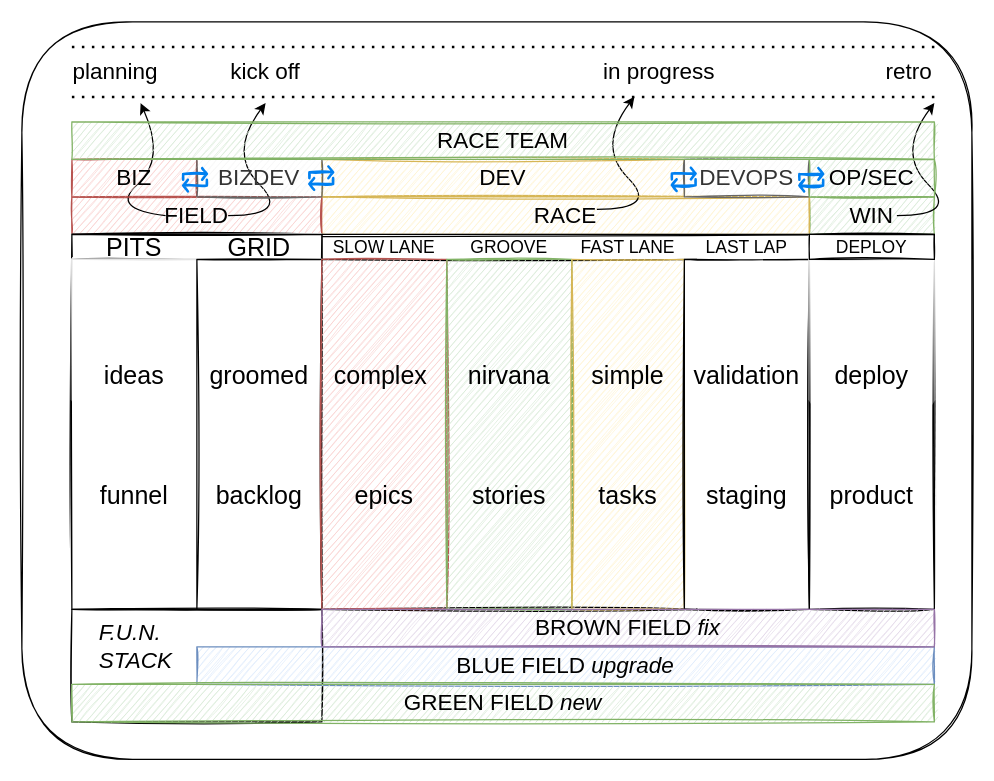
Earlier version of the draw.io diagram page "racetrack" (1 of 6) of images/racexp.drawio (nirv-ai/racexp). Source tidied: cells renumbered, new cells numbered last; positions are measured from the earlier drawing's top-left corner, leaving out a move shared by most shapes. Both pictures are drawn from the tidied source at 125%, with x=0, y=0 at pixel (21, 21).
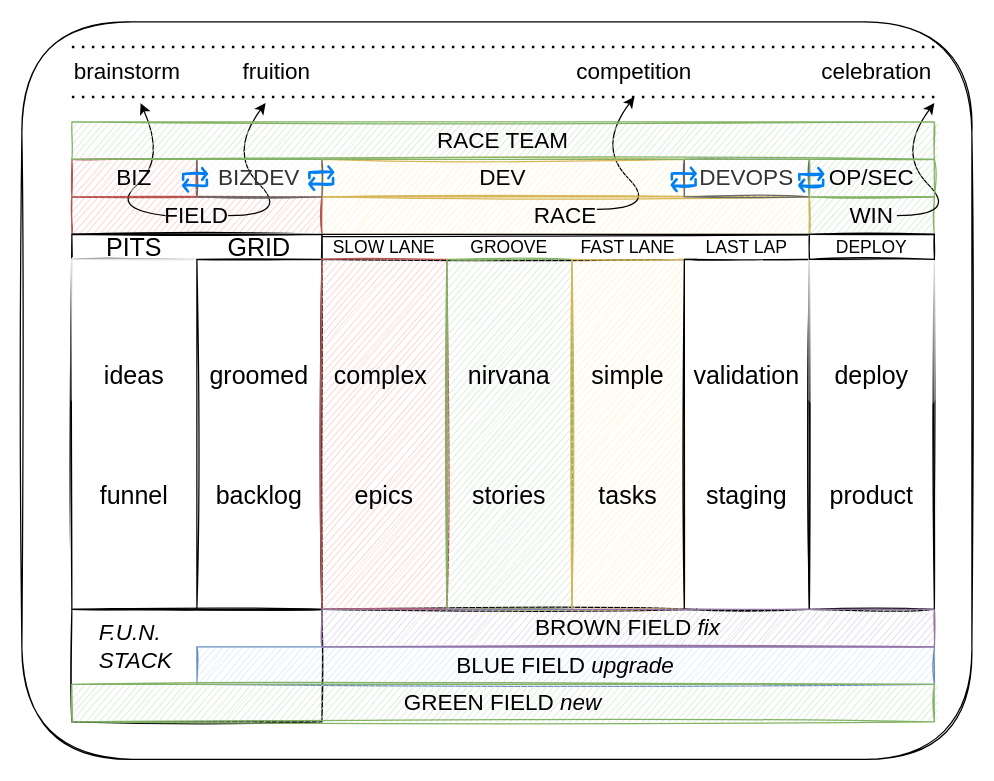
The same page after the edit.

The edit, as a diff of the source:
```diff
@@
-    <mxCell id="26" value="planning" style="text;html=1;strokeColor=none;fillColor=none;align=center;verticalAlign=middle;whiteSpace=wrap;rounded=0;sketch=1;fontSize=18;" parent="1" vertex="1">
-      <mxGeometry x="70" y="30" width="10" height="20" as="geometry" />
+    <mxCell id="26" value="brainstorm" style="text;html=1;strokeColor=none;fillColor=none;align=left;verticalAlign=middle;whiteSpace=wrap;rounded=0;sketch=1;fontSize=18;" parent="1" vertex="1">
+      <mxGeometry x="40" y="30" width="40" height="20" as="geometry" />
     </mxCell>
@@
-    <mxCell id="28" value="in progress" style="text;html=1;strokeColor=none;fillColor=none;align=center;verticalAlign=middle;whiteSpace=wrap;rounded=0;sketch=1;fontSize=18;" parent="1" vertex="1">
-      <mxGeometry x="450" y="30" width="120" height="20" as="geometry" />
+    <mxCell id="28" value="competition" style="text;html=1;strokeColor=none;fillColor=none;align=center;verticalAlign=middle;whiteSpace=wrap;rounded=0;sketch=1;fontSize=18;" parent="1" vertex="1">
+      <mxGeometry x="430" y="30" width="120" height="20" as="geometry" />
     </mxCell>
@@
-    <mxCell id="30" value="retro" style="text;html=1;strokeColor=none;fillColor=none;align=center;verticalAlign=middle;whiteSpace=wrap;rounded=0;sketch=1;fontSize=18;" parent="1" vertex="1">
+    <mxCell id="30" value="celebration" style="text;html=1;strokeColor=none;fillColor=none;align=right;verticalAlign=middle;whiteSpace=wrap;rounded=0;sketch=1;fontSize=18;" parent="1" vertex="1">
       <mxGeometry x="690" y="30" width="40" height="20" as="geometry" />
     </mxCell>
@@
-    <mxCell id="33" value="kick off" style="text;html=1;strokeColor=none;fillColor=none;align=center;verticalAlign=middle;whiteSpace=wrap;rounded=0;sketch=1;fontSize=18;" parent="1" vertex="1">
-      <mxGeometry x="150" y="30" width="90" height="20" as="geometry" />
+    <mxCell id="33" value="fruition" style="text;html=1;strokeColor=none;fillColor=none;align=center;verticalAlign=middle;whiteSpace=wrap;rounded=0;sketch=1;fontSize=18;" parent="1" vertex="1">
+      <mxGeometry x="159" y="30" width="90" height="20" as="geometry" />
     </mxCell>
```
